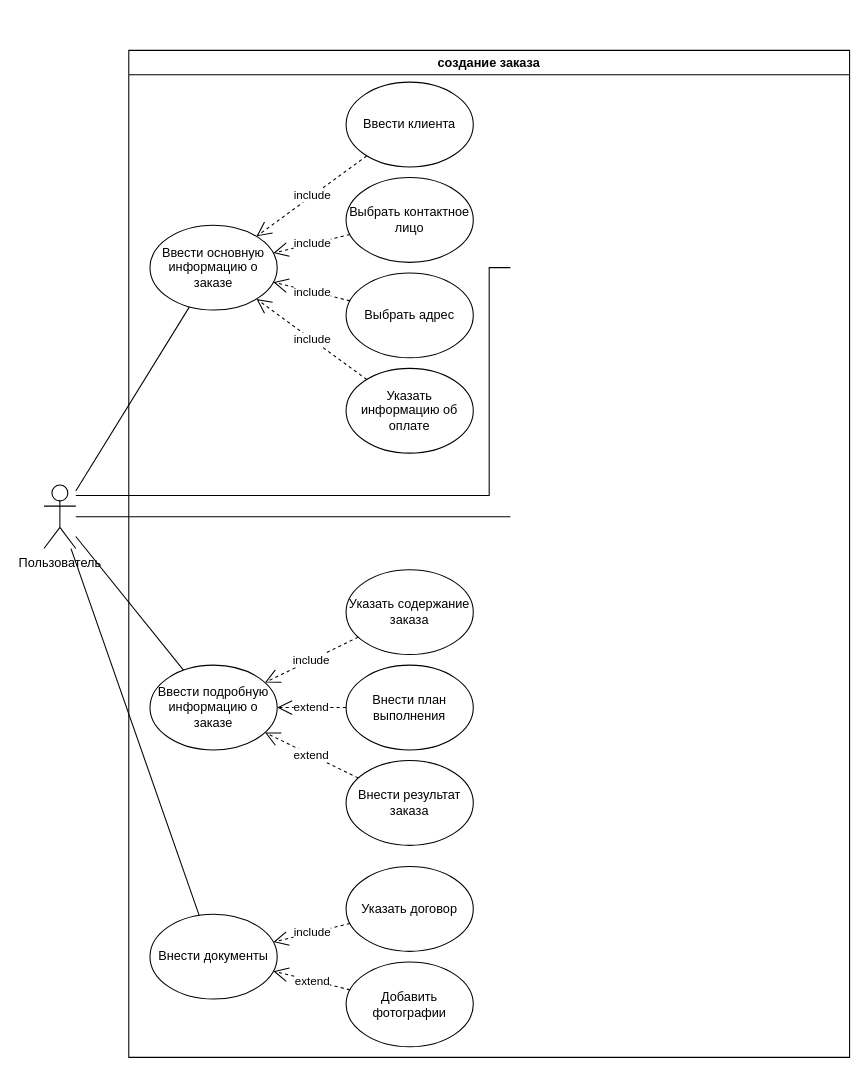
ipaingo/study keeps this draw.io diagram as page "создание нового заказа" (8 of 9) of диплом/итоговый Жени/Untitled Diagram.drawio. Above is the earlier version. Source tidied: cells renumbered, new cells numbered last; positions are measured from the earlier drawing's top-left corner, leaving out a move shared by most shapes. Both pictures are drawn from the tidied source at 106%, with x=0, y=0 at pixel (43, 50).
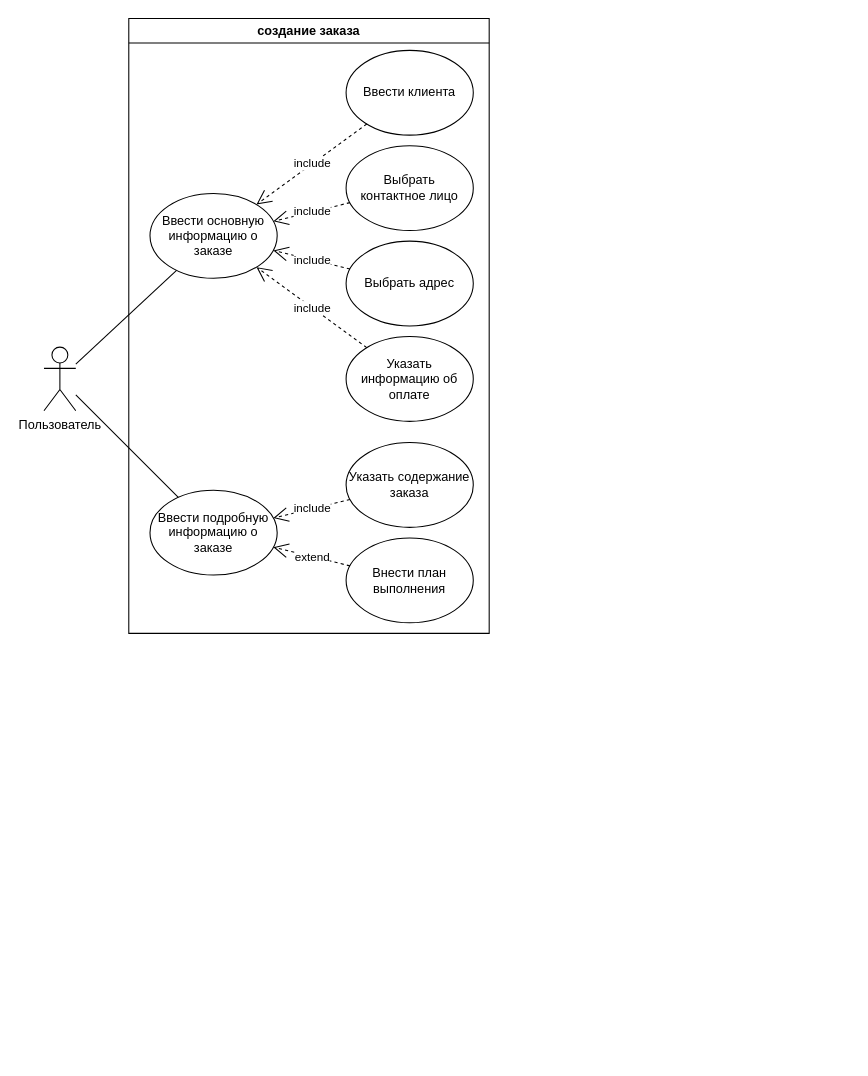
Above is the later version.

What changed in the source:
```diff
@@
-    <mxCell id="2" style="rounded=0;jettySize=auto;html=1;endArrow=none;startFill=0;" parent="1" edge="1" target="27">
-      <mxGeometry relative="1" as="geometry">
-        <mxPoint x="440" y="440" as="sourcePoint" />
-      </mxGeometry>
-    </mxCell>
     <mxCell id="3" value="создание заказа" style="swimlane;whiteSpace=wrap;html=1;" parent="1" vertex="1">
-      <mxGeometry x="80" width="680" height="950" as="geometry" />
+      <mxGeometry x="80" y="-30" width="340" height="580" as="geometry" />
     </mxCell>
@@
     <mxCell id="6" value="Ввести подробную информацию о заказе" style="ellipse;whiteSpace=wrap;html=1;" parent="3" vertex="1">
-      <mxGeometry x="20" y="580" width="120" height="80" as="geometry" />
+      <mxGeometry x="20" y="445" width="120" height="80" as="geometry" />
     </mxCell>
@@
-    <mxCell id="8" value="Выбрать контактное лицо" style="ellipse;whiteSpace=wrap;html=1;" parent="3" vertex="1">
+    <mxCell id="8" value="Выбрать&lt;div&gt;контактное лицо&lt;/div&gt;" style="ellipse;whiteSpace=wrap;html=1;" parent="3" vertex="1">
       <mxGeometry x="205" y="120" width="120" height="80" as="geometry" />
     </mxCell>
@@
-    <mxCell id="12" value="Внести документы" style="ellipse;whiteSpace=wrap;html=1;" parent="3" vertex="1">
-      <mxGeometry x="20" y="815" width="120" height="80" as="geometry" />
-    </mxCell>
@@
     <mxCell id="15" value="Указать содержание заказа" style="ellipse;whiteSpace=wrap;html=1;" parent="3" vertex="1">
-      <mxGeometry x="205" y="490" width="120" height="80" as="geometry" />
+      <mxGeometry x="205" y="400" width="120" height="80" as="geometry" />
     </mxCell>
     <mxCell id="16" value="Внести план выполнения" style="ellipse;whiteSpace=wrap;html=1;" parent="3" vertex="1">
-      <mxGeometry x="205" y="580" width="120" height="80" as="geometry" />
+      <mxGeometry x="205" y="490" width="120" height="80" as="geometry" />
     </mxCell>
-    <mxCell id="17" value="Внести результат заказа" style="ellipse;whiteSpace=wrap;html=1;" parent="3" vertex="1">
-      <mxGeometry x="205" y="670" width="120" height="80" as="geometry" />
-    </mxCell>
@@
-    <mxCell id="19" value="extend" style="endArrow=open;endSize=12;dashed=1;html=1;rounded=0;" parent="3" edge="1" source="17" target="6">
-      <mxGeometry relative="1" as="geometry" />
-    </mxCell>
@@
-    <mxCell id="21" value="Указать договор" style="ellipse;whiteSpace=wrap;html=1;" parent="3" vertex="1">
-      <mxGeometry x="205" y="770" width="120" height="80" as="geometry" />
-    </mxCell>
-    <mxCell id="22" value="Добавить фотографии" style="ellipse;whiteSpace=wrap;html=1;" parent="3" vertex="1">
-      <mxGeometry x="205" y="860" width="120" height="80" as="geometry" />
-    </mxCell>
-    <mxCell id="23" value="include" style="endArrow=open;endSize=12;dashed=1;html=1;rounded=0;" parent="3" edge="1" source="21" target="12">
-      <mxGeometry relative="1" as="geometry" />
-    </mxCell>
-    <mxCell id="24" value="extend" style="endArrow=open;endSize=12;dashed=1;html=1;rounded=0;" parent="3" edge="1" source="22" target="12">
-      <mxGeometry relative="1" as="geometry" />
-    </mxCell>
@@
-    <mxCell id="26" style="edgeStyle=orthogonalEdgeStyle;rounded=0;jettySize=auto;html=1;entryX=0;entryY=0.5;entryDx=0;entryDy=0;endArrow=none;startFill=0;" parent="1" edge="1" source="27">
-      <mxGeometry relative="1" as="geometry">
-        <mxPoint x="440" y="205" as="targetPoint" />
-        <Array as="points">
-          <mxPoint x="420" y="420" />
-          <mxPoint x="420" y="205" />
-        </Array>
-      </mxGeometry>
-    </mxCell>
     <mxCell id="27" value="Пользователь" style="shape=umlActor;verticalLabelPosition=bottom;verticalAlign=top;html=1;outlineConnect=0;" parent="1" vertex="1">
-      <mxGeometry y="410" width="30" height="60" as="geometry" />
+      <mxGeometry y="280" width="30" height="60" as="geometry" />
     </mxCell>
@@
-    <mxCell id="29" style="rounded=0;jettySize=auto;html=1;endArrow=none;startFill=0;" parent="1" edge="1" source="27" target="12">
-      <mxGeometry relative="1" as="geometry" />
-    </mxCell>
```
